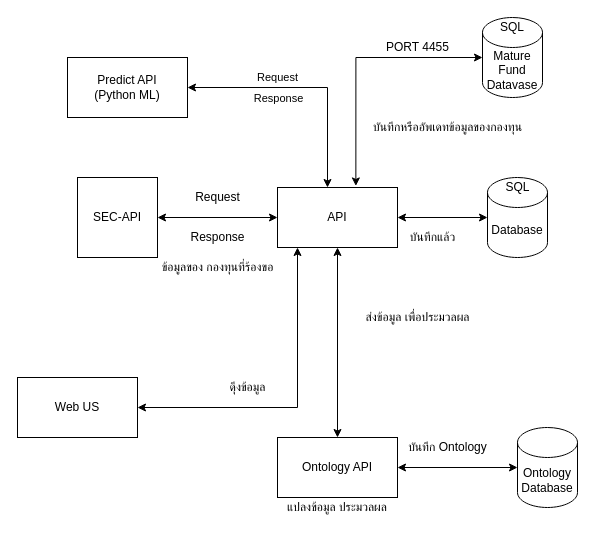
This is Diagram/System-Structure.drawio from onewkub/mutual-fund-api, a draw.io file, before an edit. Source tidied: cells renumbered, new cells numbered last; positions are measured from the earlier drawing's top-left corner, leaving out a move shared by most shapes. Both pictures are drawn from the tidied source at 100%, with x=0, y=0 at pixel (17, 17).
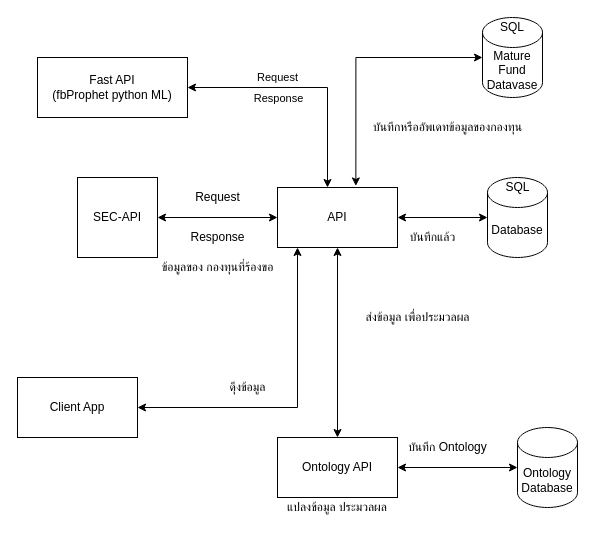
The same diagram, later.

Commit message (it also covers changes not shown here):
update word and diagram

The edit, as a diff of the source:
```diff
@@
-    <mxCell id="15" value="Web US" style="rounded=0;whiteSpace=wrap;html=1;" parent="1" vertex="1">
+    <mxCell id="15" value="Client App" style="rounded=0;whiteSpace=wrap;html=1;" parent="1" vertex="1">
       <mxGeometry y="360" width="120" height="60" as="geometry" />
     </mxCell>
@@
-    <mxCell id="26" value="PORT 4455" style="text;html=1;align=center;verticalAlign=middle;" parent="1" vertex="1">
-      <mxGeometry x="360" y="20" width="80" height="20" as="geometry" />
-    </mxCell>
@@
-    <mxCell id="29" value="Predict API&lt;br&gt;(Python ML)&lt;br&gt;" style="rounded=0;whiteSpace=wrap;html=1;" parent="1" vertex="1">
-      <mxGeometry x="50" y="40" width="120" height="60" as="geometry" />
+    <mxCell id="29" value="Fast API&lt;br&gt;(fbProphet python ML)" style="rounded=0;whiteSpace=wrap;html=1;" parent="1" vertex="1">
+      <mxGeometry x="20" y="40" width="150" height="60" as="geometry" />
     </mxCell>
```
